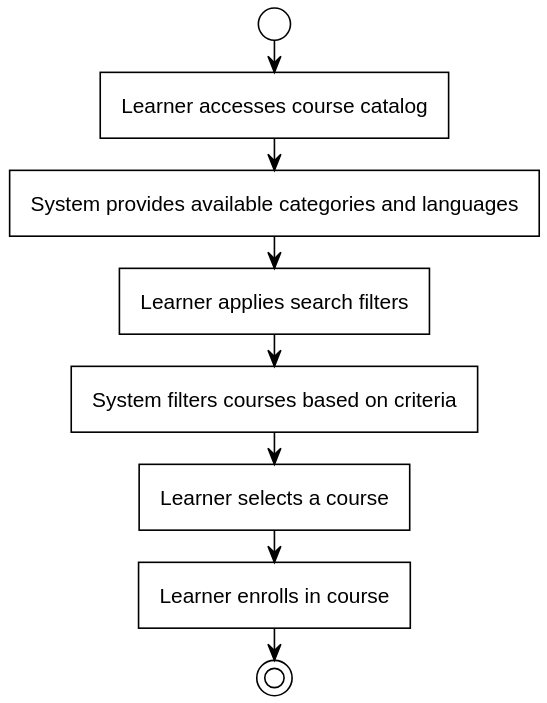
The PlantUML diagram out/Analysis/ActivityDIagrams/CourseDiscovery/CourseDiscovery.svg in SEPCheesecakeFactory/SEP3, before a commit.
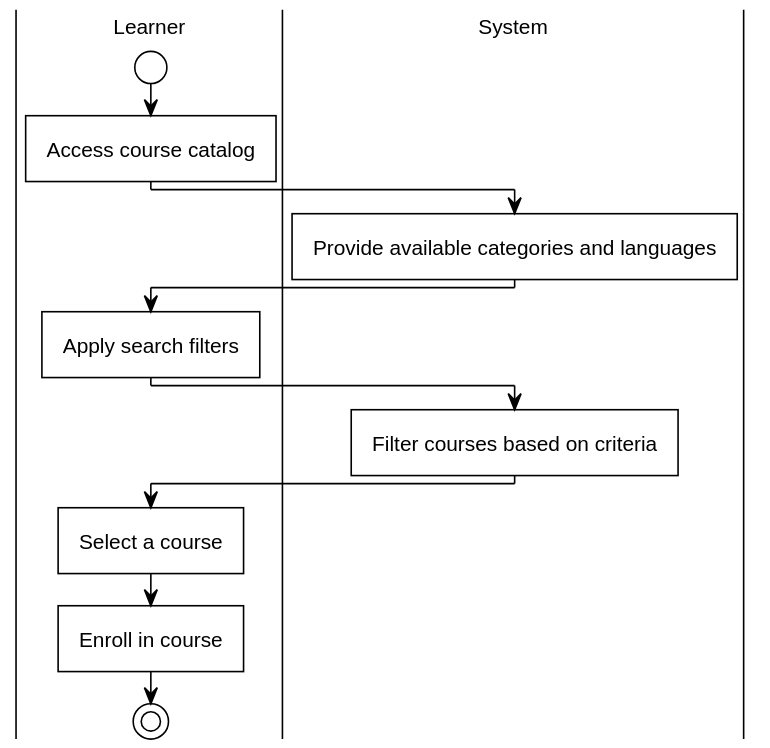
Above is the later version.

Diff of the diagram source:
```diff
@@ -1,11 +1,16 @@
 @startuml
 !include https://raw.githubusercontent.com/fredoslav2004/MinimalThemePUML/refs/heads/main/minimal-theme.puml
+|Learner|
 start
-:Learner accesses course catalog;
-:System provides available categories and languages;
-:Learner applies search filters;
-:System filters courses based on criteria;
-:Learner selects a course;
-:Learner enrolls in course;
+:Access course catalog;
+|System|
+:Provide available categories and languages;
+|Learner|
+:Apply search filters;
+|System|
+:Filter courses based on criteria;
+|Learner|
+:Select a course;
+:Enroll in course;
 stop
 @enduml
```
